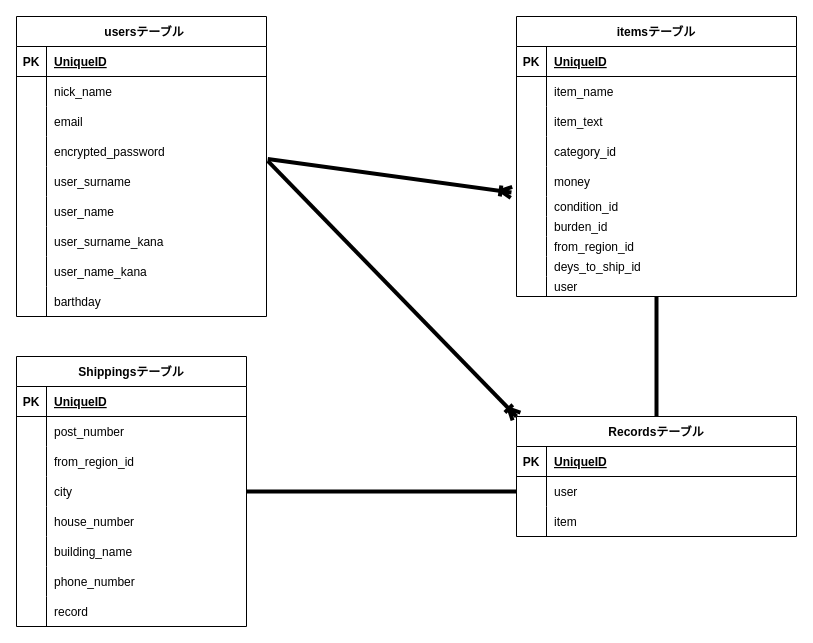
Tomapin/furima-41470 keeps this draw.io diagram as furima.dio. Above is the earlier version. Source tidied: cells renumbered, new cells numbered last; positions are measured from the earlier drawing's top-left corner, leaving out a move shared by most shapes. Both pictures are drawn from the tidied source at 100%, with x=0, y=0 at pixel (16, 16).
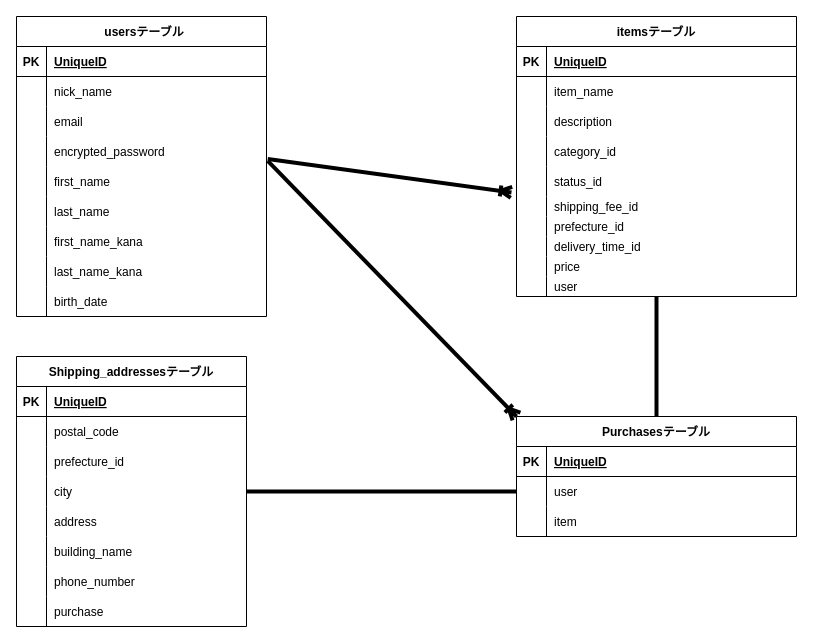
After the change.

Unchanged cells that the change refers to:
```xml
<mxCell id="15" style="shape=tableRow;horizontal=0;startSize=0;swimlaneHead=0;swimlaneBody=0;fillColor=none;points=[[0,0.5],[1,0.5]];portConstraint=eastwest;top=0;left=0;right=0;bottom=0;" parent="2" vertex="1">
  <mxGeometry y="150" width="250" height="30" as="geometry" />
</mxCell>
<mxCell id="18" style="shape=tableRow;horizontal=0;startSize=0;swimlaneHead=0;swimlaneBody=0;fillColor=none;top=0;left=0;right=0;bottom=0;" parent="2" vertex="1">
  <mxGeometry y="180" width="250" height="30" as="geometry" />
</mxCell>
<mxCell id="21" style="shape=tableRow;horizontal=0;startSize=0;swimlaneHead=0;swimlaneBody=0;fillColor=none;top=0;left=0;right=0;bottom=0;" parent="2" vertex="1">
  <mxGeometry y="210" width="250" height="30" as="geometry" />
</mxCell>
<mxCell id="24" style="shape=tableRow;horizontal=0;startSize=0;swimlaneHead=0;swimlaneBody=0;fillColor=none;top=0;left=0;right=0;bottom=0;" parent="2" vertex="1">
  <mxGeometry y="240" width="250" height="30" as="geometry" />
</mxCell>
<mxCell id="27" style="shape=tableRow;horizontal=0;startSize=0;swimlaneHead=0;swimlaneBody=0;fillColor=none;top=0;left=0;right=0;bottom=0;" parent="2" vertex="1">
  <mxGeometry y="270" width="250" height="30" as="geometry" />
</mxCell>
<mxCell id="37" style="shape=tableRow;horizontal=0;startSize=0;swimlaneHead=0;swimlaneBody=0;fillColor=none;top=0;left=0;right=0;bottom=0;" parent="30" vertex="1">
  <mxGeometry y="90" width="280" height="30" as="geometry" />
</mxCell>
<mxCell id="43" style="shape=tableRow;horizontal=0;startSize=0;swimlaneHead=0;swimlaneBody=0;fillColor=none;top=0;left=0;right=0;bottom=0;" parent="30" vertex="1">
  <mxGeometry y="150" width="280" height="30" as="geometry" />
</mxCell>
<mxCell id="46" style="shape=tableRow;horizontal=0;startSize=0;swimlaneHead=0;swimlaneBody=0;fillColor=none;points=[[0,0.5],[1,0.5]];portConstraint=eastwest;top=0;left=0;right=0;bottom=0;" parent="30" vertex="1">
  <mxGeometry y="180" width="280" height="20" as="geometry" />
</mxCell>
<mxCell id="49" style="shape=tableRow;horizontal=0;startSize=0;swimlaneHead=0;swimlaneBody=0;fillColor=none;top=0;left=0;right=0;bottom=0;" parent="30" vertex="1">
  <mxGeometry y="200" width="280" height="20" as="geometry" />
</mxCell>
<mxCell id="52" style="shape=tableRow;horizontal=0;startSize=0;swimlaneHead=0;swimlaneBody=0;fillColor=none;top=0;left=0;right=0;bottom=0;" parent="30" vertex="1">
  <mxGeometry y="220" width="280" height="20" as="geometry" />
</mxCell>
<mxCell id="55" style="shape=tableRow;horizontal=0;startSize=0;swimlaneHead=0;swimlaneBody=0;fillColor=none;top=0;left=0;right=0;bottom=0;" parent="30" vertex="1">
  <mxGeometry y="240" width="280" height="20" as="geometry" />
</mxCell>
<mxCell id="78" style="shape=tableRow;horizontal=0;startSize=0;swimlaneHead=0;swimlaneBody=0;fillColor=none;top=0;left=0;right=0;bottom=0;" parent="74" vertex="1">
  <mxGeometry y="60" width="230" height="30" as="geometry" />
</mxCell>
<mxCell id="81" style="shape=tableRow;horizontal=0;startSize=0;swimlaneHead=0;swimlaneBody=0;fillColor=none;top=0;left=0;right=0;bottom=0;" parent="74" vertex="1">
  <mxGeometry y="90" width="230" height="30" as="geometry" />
</mxCell>
<mxCell id="87" style="shape=tableRow;horizontal=0;startSize=0;swimlaneHead=0;swimlaneBody=0;fillColor=none;top=0;left=0;right=0;bottom=0;" parent="74" vertex="1">
  <mxGeometry y="150" width="230" height="30" as="geometry" />
</mxCell>
<mxCell id="96" style="shape=tableRow;horizontal=0;startSize=0;swimlaneHead=0;swimlaneBody=0;fillColor=none;top=0;left=0;right=0;bottom=0;" parent="74" vertex="1">
  <mxGeometry y="240" width="230" height="30" as="geometry" />
</mxCell>
```

Change to the diagram source:
```diff
@@
-    <mxCell id="17" value="user_surname" style="shape=partialRectangle;fillColor=none;top=0;left=0;bottom=0;right=0;align=left;spacingLeft=6;overflow=hidden;" parent="15" vertex="1">
+    <mxCell id="17" value="first_name" style="shape=partialRectangle;fillColor=none;top=0;left=0;bottom=0;right=0;align=left;spacingLeft=6;overflow=hidden;" parent="15" vertex="1">
       <mxGeometry x="30" width="220" height="30" as="geometry" />
     </mxCell>
@@
-    <mxCell id="20" value="user_name" style="shape=partialRectangle;fillColor=none;top=0;left=0;bottom=0;right=0;align=left;spacingLeft=6;overflow=hidden;" parent="18" vertex="1">
+    <mxCell id="20" value="last_name" style="shape=partialRectangle;fillColor=none;top=0;left=0;bottom=0;right=0;align=left;spacingLeft=6;overflow=hidden;" parent="18" vertex="1">
       <mxGeometry x="30" width="220" height="30" as="geometry" />
     </mxCell>
@@
-    <mxCell id="23" value="user_surname_kana" style="shape=partialRectangle;fillColor=none;top=0;left=0;bottom=0;right=0;align=left;spacingLeft=6;overflow=hidden;" parent="21" vertex="1">
+    <mxCell id="23" value="first_name_kana" style="shape=partialRectangle;fillColor=none;top=0;left=0;bottom=0;right=0;align=left;spacingLeft=6;overflow=hidden;" parent="21" vertex="1">
       <mxGeometry x="30" width="220" height="30" as="geometry" />
     </mxCell>
@@
-    <mxCell id="26" value="user_name_kana" style="shape=partialRectangle;fillColor=none;top=0;left=0;bottom=0;right=0;align=left;spacingLeft=6;overflow=hidden;" parent="24" vertex="1">
+    <mxCell id="26" value="last_name_kana" style="shape=partialRectangle;fillColor=none;top=0;left=0;bottom=0;right=0;align=left;spacingLeft=6;overflow=hidden;" parent="24" vertex="1">
       <mxGeometry x="30" width="220" height="30" as="geometry" />
     </mxCell>
@@
-    <mxCell id="29" value="barthday" style="shape=partialRectangle;fillColor=none;top=0;left=0;bottom=0;right=0;align=left;spacingLeft=6;overflow=hidden;" parent="27" vertex="1">
+    <mxCell id="29" value="birth_date" style="shape=partialRectangle;fillColor=none;top=0;left=0;bottom=0;right=0;align=left;spacingLeft=6;overflow=hidden;" parent="27" vertex="1">
       <mxGeometry x="30" width="220" height="30" as="geometry" />
     </mxCell>
@@
-    <mxCell id="39" value="item_text" style="shape=partialRectangle;fillColor=none;top=0;left=0;bottom=0;right=0;align=left;spacingLeft=6;overflow=hidden;" parent="37" vertex="1">
+    <mxCell id="39" value="description" style="shape=partialRectangle;fillColor=none;top=0;left=0;bottom=0;right=0;align=left;spacingLeft=6;overflow=hidden;" parent="37" vertex="1">
       <mxGeometry x="30" width="250" height="30" as="geometry" />
     </mxCell>
@@
-    <mxCell id="45" value="money" style="shape=partialRectangle;fillColor=none;top=0;left=0;bottom=0;right=0;align=left;spacingLeft=6;overflow=hidden;" parent="43" vertex="1">
+    <mxCell id="45" value="status_id" style="shape=partialRectangle;fillColor=none;top=0;left=0;bottom=0;right=0;align=left;spacingLeft=6;overflow=hidden;" parent="43" vertex="1">
       <mxGeometry x="30" width="250" height="30" as="geometry" />
     </mxCell>
@@
-    <mxCell id="48" value="condition_id" style="shape=partialRectangle;fillColor=none;top=0;left=0;bottom=0;right=0;align=left;spacingLeft=6;overflow=hidden;" parent="46" vertex="1">
+    <mxCell id="48" value="shipping_fee_id" style="shape=partialRectangle;fillColor=none;top=0;left=0;bottom=0;right=0;align=left;spacingLeft=6;overflow=hidden;" parent="46" vertex="1">
       <mxGeometry x="30" width="250" height="20" as="geometry" />
     </mxCell>
@@
-    <mxCell id="51" value="burden_id" style="shape=partialRectangle;fillColor=none;top=0;left=0;bottom=0;right=0;align=left;spacingLeft=6;overflow=hidden;" parent="49" vertex="1">
+    <mxCell id="51" value="prefecture_id" style="shape=partialRectangle;fillColor=none;top=0;left=0;bottom=0;right=0;align=left;spacingLeft=6;overflow=hidden;" parent="49" vertex="1">
       <mxGeometry x="30" width="250" height="20" as="geometry" />
     </mxCell>
@@
-    <mxCell id="54" value="from_region_id" style="shape=partialRectangle;fillColor=none;top=0;left=0;bottom=0;right=0;align=left;spacingLeft=6;overflow=hidden;" parent="52" vertex="1">
+    <mxCell id="54" value="delivery_time_id" style="shape=partialRectangle;fillColor=none;top=0;left=0;bottom=0;right=0;align=left;spacingLeft=6;overflow=hidden;" parent="52" vertex="1">
       <mxGeometry x="30" width="250" height="20" as="geometry" />
     </mxCell>
@@
-    <mxCell id="57" value="deys_to_ship_id" style="shape=partialRectangle;fillColor=none;top=0;left=0;bottom=0;right=0;align=left;spacingLeft=6;overflow=hidden;" parent="55" vertex="1">
+    <mxCell id="57" value="price" style="shape=partialRectangle;fillColor=none;top=0;left=0;bottom=0;right=0;align=left;spacingLeft=6;overflow=hidden;" parent="55" vertex="1">
       <mxGeometry x="30" width="250" height="20" as="geometry" />
     </mxCell>
@@
-    <mxCell id="62" value="Recordsテーブル" style="shape=table;startSize=30;childLayout=tableLayout;rowLines=0;fontStyle=1;align=center;" parent="1" vertex="1">
+    <mxCell id="62" value="Purchasesテーブル" style="shape=table;startSize=30;childLayout=tableLayout;rowLines=0;fontStyle=1;align=center;" parent="1" vertex="1">
       <mxGeometry x="500" y="400" width="280" height="120" as="geometry" />
     </mxCell>
@@
-    <mxCell id="74" value="Shippingsテーブル" style="shape=table;startSize=30;childLayout=tableLayout;rowLines=0;fontStyle=1;align=center;" parent="1" vertex="1">
+    <mxCell id="74" value="Shipping_addressesテーブル" style="shape=table;startSize=30;childLayout=tableLayout;rowLines=0;fontStyle=1;align=center;" parent="1" vertex="1">
       <mxGeometry y="340" width="230" height="270" as="geometry" />
     </mxCell>
@@
-    <mxCell id="80" value="post_number" style="shape=partialRectangle;fillColor=none;top=0;left=0;bottom=0;right=0;align=left;spacingLeft=6;overflow=hidden;" parent="78" vertex="1">
+    <mxCell id="80" value="postal_code" style="shape=partialRectangle;fillColor=none;top=0;left=0;bottom=0;right=0;align=left;spacingLeft=6;overflow=hidden;" parent="78" vertex="1">
       <mxGeometry x="30" width="200" height="30" as="geometry" />
     </mxCell>
@@
-    <mxCell id="83" value="from_region_id" style="shape=partialRectangle;fillColor=none;top=0;left=0;bottom=0;right=0;align=left;spacingLeft=6;overflow=hidden;" parent="81" vertex="1">
+    <mxCell id="83" value="prefecture_id" style="shape=partialRectangle;fillColor=none;top=0;left=0;bottom=0;right=0;align=left;spacingLeft=6;overflow=hidden;" parent="81" vertex="1">
       <mxGeometry x="30" width="200" height="30" as="geometry" />
     </mxCell>
@@
-    <mxCell id="89" value="house_number" style="shape=partialRectangle;fillColor=none;top=0;left=0;bottom=0;right=0;align=left;spacingLeft=6;overflow=hidden;" parent="87" vertex="1">
+    <mxCell id="89" value="address" style="shape=partialRectangle;fillColor=none;top=0;left=0;bottom=0;right=0;align=left;spacingLeft=6;overflow=hidden;" parent="87" vertex="1">
       <mxGeometry x="30" width="200" height="30" as="geometry" />
     </mxCell>
@@
-    <mxCell id="98" value="record" style="shape=partialRectangle;fillColor=none;top=0;left=0;bottom=0;right=0;align=left;spacingLeft=6;overflow=hidden;" parent="96" vertex="1">
+    <mxCell id="98" value="purchase" style="shape=partialRectangle;fillColor=none;top=0;left=0;bottom=0;right=0;align=left;spacingLeft=6;overflow=hidden;" parent="96" vertex="1">
       <mxGeometry x="30" width="200" height="30" as="geometry" />
     </mxCell>
```
